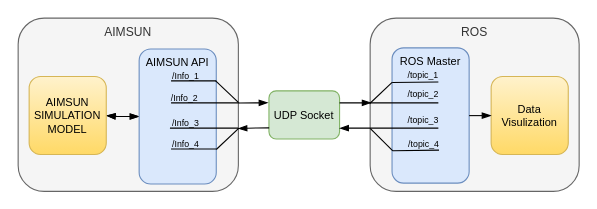
Before: page "Page-1" (1 of 2) of ROS_AIMSUN_Bridge.drawio in LimingGao/draw_io, a draw.io diagram. Source tidied: cells renumbered, new cells numbered last; positions are measured from the earlier drawing's top-left corner, leaving out a move shared by most shapes. Both pictures are drawn from the tidied source at 110%, with x=0, y=0 at pixel (18, 18).
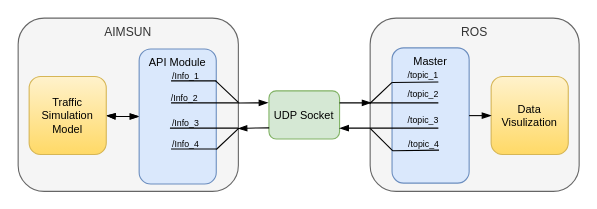
Above is the later version.

The edit, as a diff of the source:
```diff
@@
-    <mxCell id="5" value="AIMSUN API" style="rounded=1;align=center;verticalAlign=top;fontSize=10;fontStyle=0;fillColor=#dae8fc;strokeColor=#6c8ebf;" parent="1" vertex="1">
+    <mxCell id="5" value="API Module" style="rounded=1;align=center;verticalAlign=top;fontSize=10;fontStyle=0;fillColor=#dae8fc;strokeColor=#6c8ebf;" parent="1" vertex="1">
       <mxGeometry x="110" y="28" width="70.1" height="122.8" as="geometry" />
     </mxCell>
-    <mxCell id="6" value="AIMSUN&#10;SIMULATION&#10;MODEL" style="rounded=1;align=center;verticalAlign=middle;fontSize=10;fontStyle=0;fillColor=#fff2cc;strokeColor=#d6b656;gradientColor=#ffd966;" parent="1" vertex="1">
+    <mxCell id="6" value="Traffic&#10;Simulation&#10;Model" style="rounded=1;align=center;verticalAlign=middle;fontSize=10;fontStyle=0;fillColor=#fff2cc;strokeColor=#d6b656;gradientColor=#ffd966;" parent="1" vertex="1">
       <mxGeometry x="10" y="53.1" width="70.1" height="70.9" as="geometry" />
     </mxCell>
@@
-    <mxCell id="9" value="ROS Master" style="rounded=1;align=center;verticalAlign=top;fontSize=10;fontStyle=0;fillColor=#dae8fc;strokeColor=#6c8ebf;" parent="1" vertex="1">
+    <mxCell id="9" value="Master" style="rounded=1;align=center;verticalAlign=top;fontSize=10;fontStyle=0;fillColor=#dae8fc;strokeColor=#6c8ebf;" parent="1" vertex="1">
       <mxGeometry x="339.9" y="27" width="70.1" height="123" as="geometry" />
     </mxCell>
```
